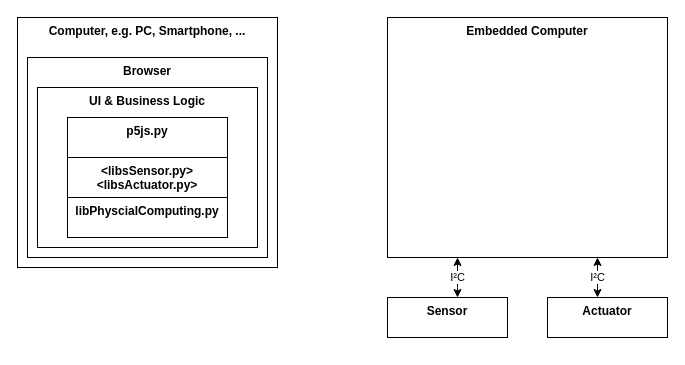
Above: PhysicalComputing.drawio in SoerenSofke/PhysicalComputing (draw.io), before the change. Source tidied: cells renumbered, new cells numbered last; positions are measured from the earlier drawing's top-left corner, leaving out a move shared by most shapes. Both pictures are drawn from the tidied source at 100%, with x=0, y=0 at pixel (17, 17).
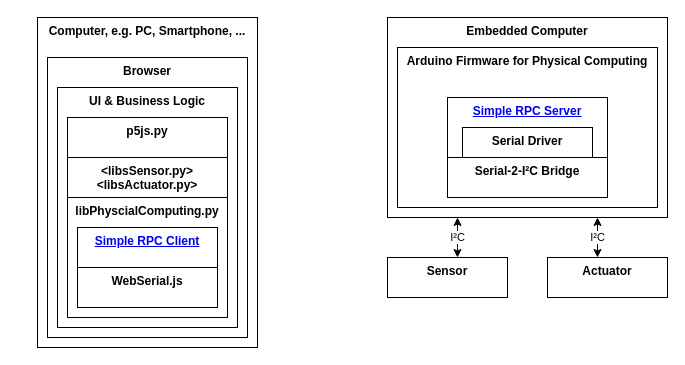
Above is the later version.

Change to the diagram source:
```diff
@@
     <mxCell id="2" value="&lt;b&gt;Computer, e.g. PC, Smartphone, ...&lt;/b&gt;" style="rounded=0;whiteSpace=wrap;html=1;verticalAlign=top;" parent="1" vertex="1">
-      <mxGeometry width="260" height="250" as="geometry" />
+      <mxGeometry x="20" width="220" height="330" as="geometry" />
     </mxCell>
     <mxCell id="3" value="&lt;b&gt;Browser&lt;/b&gt;" style="rounded=0;whiteSpace=wrap;html=1;verticalAlign=top;" parent="1" vertex="1">
-      <mxGeometry x="10" y="40" width="240" height="200" as="geometry" />
+      <mxGeometry x="30" y="40" width="200" height="280" as="geometry" />
     </mxCell>
     <mxCell id="4" value="I²C" style="edgeStyle=orthogonalEdgeStyle;rounded=0;jettySize=auto;html=1;exitX=0.25;exitY=1;exitDx=0;exitDy=0;startArrow=classic;startFill=1;" parent="1" edge="1" source="6" target="11">
       <mxGeometry relative="1" as="geometry">
         <Array as="points">
-          <mxPoint x="440" y="270" />
-          <mxPoint x="440" y="270" />
+          <mxPoint x="440" y="230" />
+          <mxPoint x="440" y="230" />
         </Array>
       </mxGeometry>
     </mxCell>
     <mxCell id="5" value="I²C" style="edgeStyle=orthogonalEdgeStyle;rounded=0;jettySize=auto;html=1;exitX=0.75;exitY=1;exitDx=0;exitDy=0;startArrow=classic;startFill=1;" parent="1" edge="1" source="6">
       <mxGeometry relative="1" as="geometry">
-        <mxPoint x="580" y="280" as="targetPoint" />
+        <mxPoint x="580" y="240" as="targetPoint" />
         <Array as="points">
-          <mxPoint x="580" y="260" />
-          <mxPoint x="580" y="260" />
+          <mxPoint x="580" y="220" />
+          <mxPoint x="580" y="220" />
         </Array>
       </mxGeometry>
     </mxCell>
     <mxCell id="6" value="&lt;b&gt;Embedded Computer&lt;/b&gt;" style="rounded=0;whiteSpace=wrap;html=1;verticalAlign=top;" parent="1" vertex="1">
-      <mxGeometry x="370" width="280" height="240" as="geometry" />
+      <mxGeometry x="370" width="280" height="200" as="geometry" />
     </mxCell>
     <mxCell id="7" value="&lt;b&gt;UI &amp;amp;&amp;nbsp;Business Logic&lt;/b&gt;" style="rounded=0;whiteSpace=wrap;html=1;verticalAlign=top;" parent="1" vertex="1">
-      <mxGeometry x="20" y="70" width="220" height="160" as="geometry" />
+      <mxGeometry x="40" y="70" width="180" height="240" as="geometry" />
     </mxCell>
     <mxCell id="8" value="&lt;b&gt;libPhyscialComputing.py&lt;br&gt;&lt;/b&gt;" style="rounded=0;whiteSpace=wrap;html=1;verticalAlign=top;" parent="1" vertex="1">
-      <mxGeometry x="50" y="180" width="160" height="40" as="geometry" />
+      <mxGeometry x="50" y="180" width="160" height="120" as="geometry" />
     </mxCell>
@@
     <mxCell id="11" value="&lt;b&gt;Sensor&lt;br&gt;&lt;/b&gt;" style="rounded=0;whiteSpace=wrap;html=1;verticalAlign=top;" parent="1" vertex="1">
-      <mxGeometry x="370" y="280" width="120" height="40" as="geometry" />
+      <mxGeometry x="370" y="240" width="120" height="40" as="geometry" />
     </mxCell>
     <mxCell id="12" value="&lt;b&gt;Actuator&lt;br&gt;&lt;/b&gt;" style="rounded=0;whiteSpace=wrap;html=1;verticalAlign=top;" parent="1" vertex="1">
-      <mxGeometry x="530" y="280" width="120" height="40" as="geometry" />
+      <mxGeometry x="530" y="240" width="120" height="40" as="geometry" />
     </mxCell>
+    <mxCell id="13" value="&lt;b&gt;Arduino Firmware for Physical Computing&lt;/b&gt;" style="rounded=0;whiteSpace=wrap;html=1;verticalAlign=top;" parent="1" vertex="1">
+      <mxGeometry x="380" y="30" width="260" height="160" as="geometry" />
+    </mxCell>
+    <mxCell id="14" value="&lt;b&gt;&lt;a href=&quot;https://simplerpc.readthedocs.io/en/latest/&quot;&gt;Simple RPC&amp;nbsp;Server&lt;/a&gt;&lt;br&gt;&lt;/b&gt;" style="rounded=0;whiteSpace=wrap;html=1;verticalAlign=top;" parent="1" vertex="1">
+      <mxGeometry x="430" y="80" width="160" height="60" as="geometry" />
+    </mxCell>
+    <mxCell id="15" value="&lt;b&gt;Serial-2-I²C Bridge&lt;br&gt;&lt;/b&gt;" style="rounded=0;whiteSpace=wrap;html=1;verticalAlign=top;" parent="1" vertex="1">
+      <mxGeometry x="430" y="140" width="160" height="40" as="geometry" />
+    </mxCell>
+    <mxCell id="16" value="&lt;b&gt;Serial Driver&lt;br&gt;&lt;/b&gt;" style="rounded=0;whiteSpace=wrap;html=1;verticalAlign=top;" parent="1" vertex="1">
+      <mxGeometry x="445" y="110" width="130" height="30" as="geometry" />
+    </mxCell>
+    <mxCell id="17" value="&lt;b&gt;&lt;a href=&quot;https://github.com/jfjlaros/arduino-simple-rpc&quot;&gt;Simple RPC Client&lt;/a&gt;&lt;br&gt;&lt;/b&gt;" style="rounded=0;whiteSpace=wrap;html=1;verticalAlign=top;" parent="1" vertex="1">
+      <mxGeometry x="60" y="210" width="140" height="40" as="geometry" />
+    </mxCell>
+    <mxCell id="18" value="&lt;b&gt;WebSerial.js&lt;br&gt;&lt;/b&gt;" style="rounded=0;whiteSpace=wrap;html=1;verticalAlign=top;" parent="1" vertex="1">
+      <mxGeometry x="60" y="250" width="140" height="40" as="geometry" />
+    </mxCell>
```
